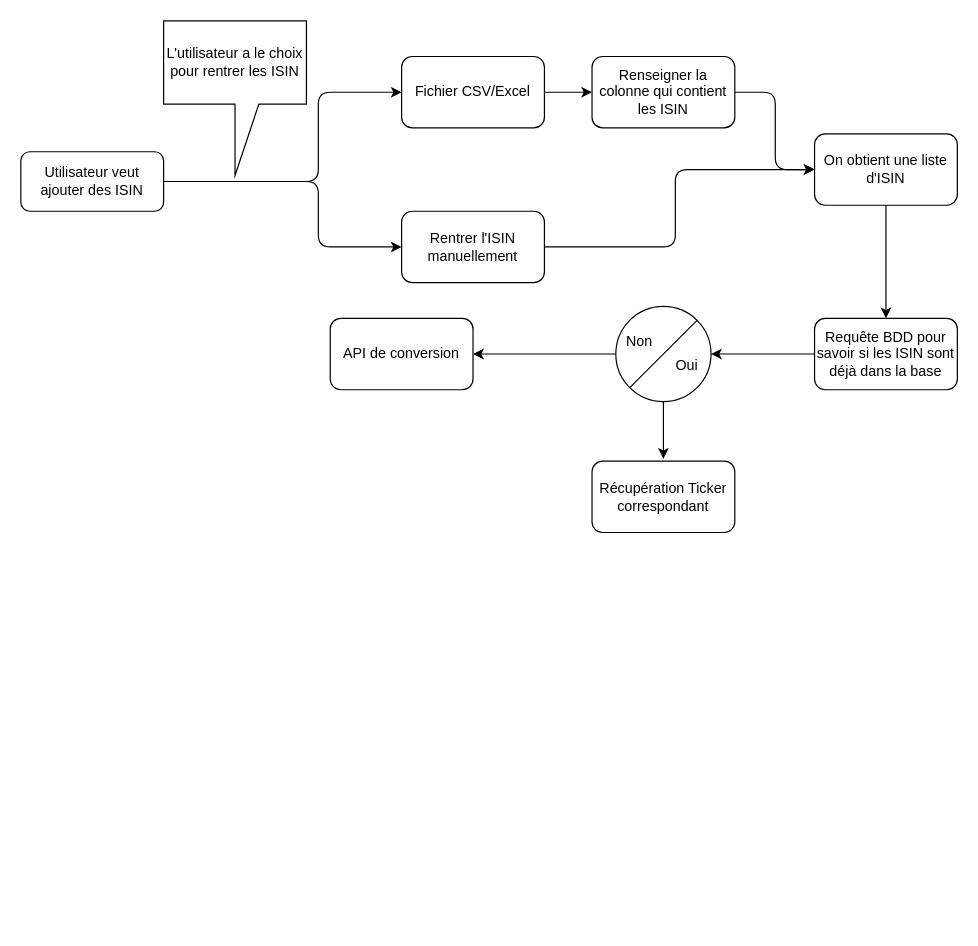
Above: Untitled Diagram.drawio in Annaelle766/graph_sp-cification (draw.io), before the change. Source tidied: cells renumbered, new cells numbered last; positions are measured from the earlier drawing's top-left corner, leaving out a move shared by most shapes. Both pictures are drawn from the tidied source at 119%, with x=0, y=0 at pixel (20, 20).
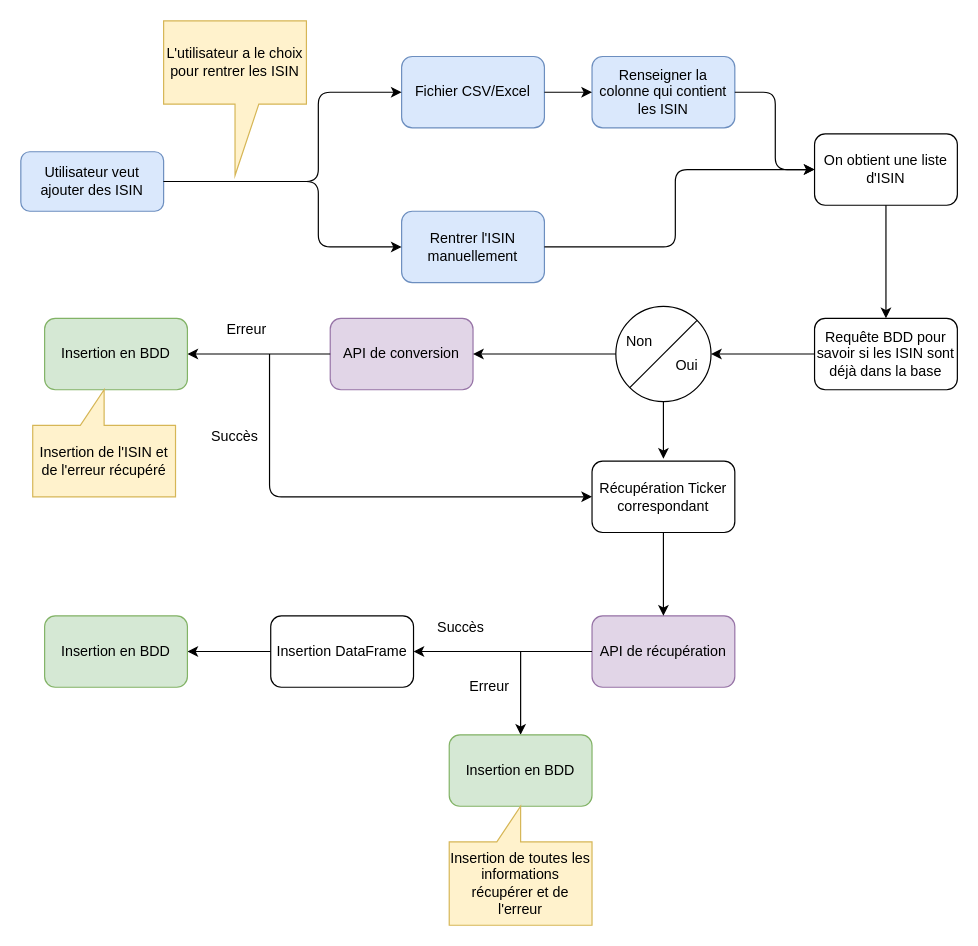
Above is the later version.

The change refers to these unchanged cells:
```xml
<mxCell id="19" value="Récupération Ticker correspondant" style="rounded=1;whiteSpace=wrap;html=1;" parent="1" vertex="1">
  <mxGeometry x="480" y="370" width="120" height="60" as="geometry" />
</mxCell>
```

The edit, as a diff of the source:
```diff
@@
-    <mxCell id="2" value="Utilisateur veut ajouter des ISIN" style="rounded=1;whiteSpace=wrap;html=1;" parent="1" vertex="1">
+    <mxCell id="2" value="Utilisateur veut ajouter des ISIN" style="rounded=1;whiteSpace=wrap;html=1;fillColor=#dae8fc;strokeColor=#6c8ebf;" parent="1" vertex="1">
       <mxGeometry y="110" width="120" height="50" as="geometry" />
     </mxCell>
-    <mxCell id="3" value="Fichier CSV/Excel" style="rounded=1;whiteSpace=wrap;html=1;" parent="1" vertex="1">
+    <mxCell id="3" value="Fichier CSV/Excel" style="rounded=1;whiteSpace=wrap;html=1;fillColor=#dae8fc;strokeColor=#6c8ebf;" parent="1" vertex="1">
       <mxGeometry x="320" y="30" width="120" height="60" as="geometry" />
     </mxCell>
-    <mxCell id="4" value="Rentrer l'ISIN manuellement" style="rounded=1;whiteSpace=wrap;html=1;" parent="1" vertex="1">
+    <mxCell id="4" value="Rentrer l'ISIN manuellement" style="rounded=1;whiteSpace=wrap;html=1;fillColor=#dae8fc;strokeColor=#6c8ebf;" parent="1" vertex="1">
       <mxGeometry x="320" y="160" width="120" height="60" as="geometry" />
     </mxCell>
@@
-    <mxCell id="7" value="L'utilisateur a le choix pour rentrer les ISIN" style="shape=callout;whiteSpace=wrap;html=1;perimeter=calloutPerimeter;size=60;position=0.5;" parent="1" vertex="1">
+    <mxCell id="7" value="L'utilisateur a le choix pour rentrer les ISIN" style="shape=callout;whiteSpace=wrap;html=1;perimeter=calloutPerimeter;size=60;position=0.5;fillColor=#fff2cc;strokeColor=#d6b656;" parent="1" vertex="1">
       <mxGeometry x="120" width="120" height="130" as="geometry" />
     </mxCell>
@@
-    <mxCell id="9" value="Renseigner la colonne qui contient les ISIN" style="rounded=1;whiteSpace=wrap;html=1;" parent="1" vertex="1">
+    <mxCell id="9" value="Renseigner la colonne qui contient les ISIN" style="rounded=1;whiteSpace=wrap;html=1;fillColor=#dae8fc;strokeColor=#6c8ebf;" parent="1" vertex="1">
       <mxGeometry x="480" y="30" width="120" height="60" as="geometry" />
     </mxCell>
@@
-    <mxCell id="17" value="Oui" style="text;html=1;strokeColor=none;fillColor=none;align=center;verticalAlign=middle;whiteSpace=wrap;rounded=0;" parent="1" vertex="1">
+    <mxCell id="17" value="Oui" style="text;html=1;align=center;verticalAlign=middle;whiteSpace=wrap;rounded=0;" parent="1" vertex="1">
       <mxGeometry x="540" y="280" width="40" height="20" as="geometry" />
     </mxCell>
@@
-    <mxCell id="21" value="API de conversion" style="rounded=1;whiteSpace=wrap;html=1;" parent="1" vertex="1">
+    <mxCell id="21" value="API de conversion" style="rounded=1;whiteSpace=wrap;html=1;fillColor=#e1d5e7;strokeColor=#9673a6;" parent="1" vertex="1">
       <mxGeometry x="260" y="250" width="120" height="60" as="geometry" />
     </mxCell>
@@
+    <mxCell id="23" style="edgeStyle=elbowEdgeStyle;elbow=horizontal;endArrow=classic;html=1;exitX=0;exitY=0.5;exitDx=0;exitDy=0;entryX=1;entryY=0.5;entryDx=0;entryDy=0;" parent="1" edge="1" source="21" target="24">
+      <mxGeometry relative="1" as="geometry" />
+    </mxCell>
+    <mxCell id="24" value="Insertion en BDD" style="rounded=1;whiteSpace=wrap;html=1;fillColor=#d5e8d4;strokeColor=#82b366;" parent="1" vertex="1">
+      <mxGeometry x="20" y="250" width="120" height="60" as="geometry" />
+    </mxCell>
+    <mxCell id="25" value="Erreur" style="text;html=1;strokeColor=none;fillColor=none;align=center;verticalAlign=middle;whiteSpace=wrap;rounded=0;" parent="1" vertex="1">
+      <mxGeometry x="170" y="250" width="40" height="20" as="geometry" />
+    </mxCell>
+    <mxCell id="26" style="edgeStyle=elbowEdgeStyle;elbow=horizontal;endArrow=classic;html=1;entryX=0;entryY=0.5;entryDx=0;entryDy=0;" parent="1" edge="1" target="19">
+      <mxGeometry relative="1" as="geometry">
+        <mxPoint x="209" y="280" as="sourcePoint" />
+        <Array as="points">
+          <mxPoint x="209" y="400" />
+          <mxPoint x="249" y="325" />
+        </Array>
+      </mxGeometry>
+    </mxCell>
+    <mxCell id="27" value="Succès" style="text;html=1;strokeColor=none;fillColor=none;align=center;verticalAlign=middle;whiteSpace=wrap;rounded=0;" parent="1" vertex="1">
+      <mxGeometry x="160" y="340" width="40" height="20" as="geometry" />
+    </mxCell>
+    <mxCell id="28" value="API de récupération" style="rounded=1;whiteSpace=wrap;html=1;fillColor=#e1d5e7;strokeColor=#9673a6;" parent="1" vertex="1">
+      <mxGeometry x="480" y="500" width="120" height="60" as="geometry" />
+    </mxCell>
+    <mxCell id="29" style="endArrow=classic;html=1;exitX=0.5;exitY=1;exitDx=0;exitDy=0;entryX=0.5;entryY=0;entryDx=0;entryDy=0;" parent="1" edge="1" source="19" target="28">
+      <mxGeometry relative="1" as="geometry" />
+    </mxCell>
+    <mxCell id="30" style="endArrow=classic;html=1;exitX=0;exitY=0.5;exitDx=0;exitDy=0;" parent="1" edge="1" source="28" target="31">
+      <mxGeometry relative="1" as="geometry" />
+    </mxCell>
+    <mxCell id="31" value="Insertion DataFrame" style="rounded=1;whiteSpace=wrap;html=1;" parent="1" vertex="1">
+      <mxGeometry x="210" y="500" width="120" height="60" as="geometry" />
+    </mxCell>
+    <mxCell id="32" style="endArrow=classic;html=1;exitX=0;exitY=0.5;exitDx=0;exitDy=0;" parent="1" edge="1" source="31" target="33">
+      <mxGeometry relative="1" as="geometry" />
+    </mxCell>
+    <mxCell id="33" value="Insertion en BDD" style="rounded=1;whiteSpace=wrap;html=1;fillColor=#d5e8d4;strokeColor=#82b366;" parent="1" vertex="1">
+      <mxGeometry x="20" y="500" width="120" height="60" as="geometry" />
+    </mxCell>
+    <mxCell id="34" value="Succès" style="text;html=1;strokeColor=none;fillColor=none;align=center;verticalAlign=middle;whiteSpace=wrap;rounded=0;" parent="1" vertex="1">
+      <mxGeometry x="350" y="500" width="40" height="20" as="geometry" />
+    </mxCell>
+    <mxCell id="35" style="endArrow=classic;html=1;" parent="1" edge="1" target="36">
+      <mxGeometry relative="1" as="geometry">
+        <mxPoint x="420" y="530" as="sourcePoint" />
+      </mxGeometry>
+    </mxCell>
+    <mxCell id="36" value="Insertion en BDD" style="rounded=1;whiteSpace=wrap;html=1;fillColor=#d5e8d4;strokeColor=#82b366;" parent="1" vertex="1">
+      <mxGeometry x="360" y="600" width="120" height="60" as="geometry" />
+    </mxCell>
+    <mxCell id="37" value="Erreur" style="text;html=1;strokeColor=none;fillColor=none;align=center;verticalAlign=middle;whiteSpace=wrap;rounded=0;" parent="1" vertex="1">
+      <mxGeometry x="374" y="550" width="40" height="20" as="geometry" />
+    </mxCell>
+    <mxCell id="38" value="Insertion de l'ISIN et de l'erreur récupéré" style="shape=callout;whiteSpace=wrap;html=1;perimeter=calloutPerimeter;direction=west;fillColor=#fff2cc;strokeColor=#d6b656;" parent="1" vertex="1">
+      <mxGeometry x="10" y="310" width="120" height="90" as="geometry" />
+    </mxCell>
+    <mxCell id="39" value="Insertion de toutes les informations récupérer et de l'erreur" style="shape=callout;whiteSpace=wrap;html=1;perimeter=calloutPerimeter;direction=west;fillColor=#fff2cc;strokeColor=#d6b656;" parent="1" vertex="1">
+      <mxGeometry x="360" y="660" width="120" height="100" as="geometry" />
+    </mxCell>
```
